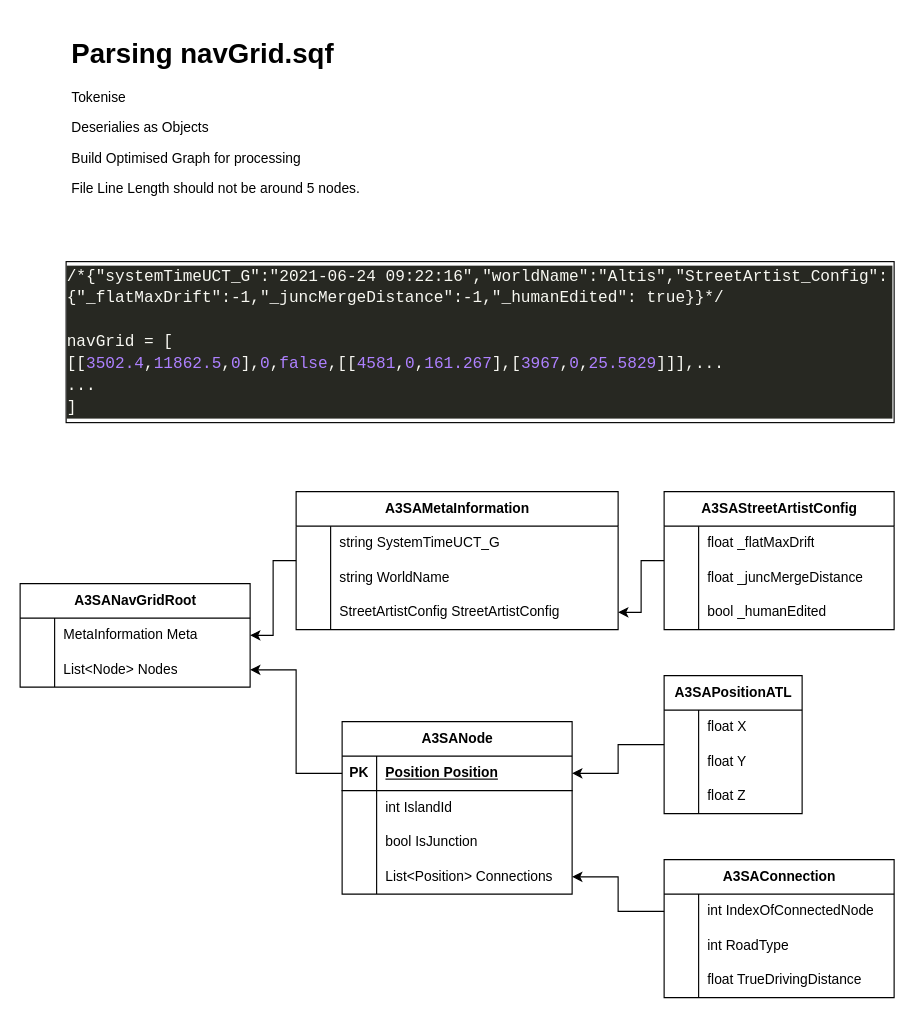
CalebSerafin/StreetArtist keeps this draw.io diagram as page "Parsing" (2 of 6) of StreetArtist.Core/Docs/StreetArtistStrategy.drawio. Above is the earlier version. Source tidied: cells renumbered, new cells numbered last; positions are measured from the earlier drawing's top-left corner, leaving out a move shared by most shapes. Both pictures are drawn from the tidied source at 115%, with x=0, y=0 at pixel (20, 31).
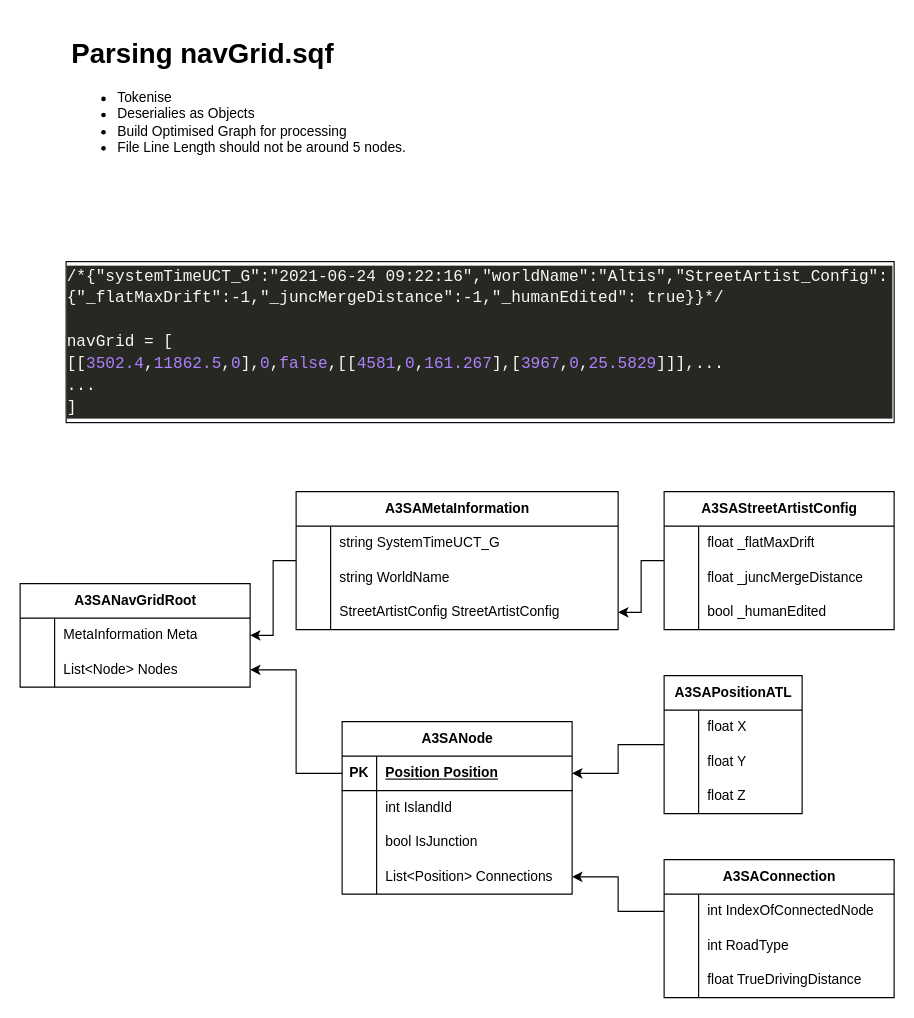
Above is the later version.

Diff of the diagram source:
```diff
@@
-    <mxCell id="2" value="&lt;h1&gt;Parsing navGrid.sqf&lt;/h1&gt;&lt;p&gt;Tokenise&lt;br&gt;&lt;/p&gt;&lt;p&gt;Deserialies as Objects&lt;/p&gt;&lt;p&gt;Build Optimised Graph for processing&lt;/p&gt;&lt;p&gt;File Line Length should not be around 5 nodes.&lt;/p&gt;" style="text;html=1;strokeColor=none;fillColor=none;spacing=5;spacingTop=-20;whiteSpace=wrap;overflow=hidden;rounded=0;" parent="1" vertex="1">
+    <mxCell id="2" value="&lt;h1&gt;Parsing navGrid.sqf&lt;/h1&gt;&lt;p&gt;&lt;/p&gt;&lt;ul&gt;&lt;li&gt;Tokenise&lt;/li&gt;&lt;li&gt;Deserialies as Objects&lt;/li&gt;&lt;li&gt;Build Optimised Graph for processing&lt;/li&gt;&lt;li&gt;File Line Length should not be around 5 nodes.&lt;/li&gt;&lt;/ul&gt;&lt;p&gt;&lt;/p&gt;" style="text;html=1;strokeColor=none;fillColor=none;spacing=5;spacingTop=-20;whiteSpace=wrap;overflow=hidden;rounded=0;" parent="1" vertex="1">
       <mxGeometry x="40" width="320" height="160" as="geometry" />
     </mxCell>
```
